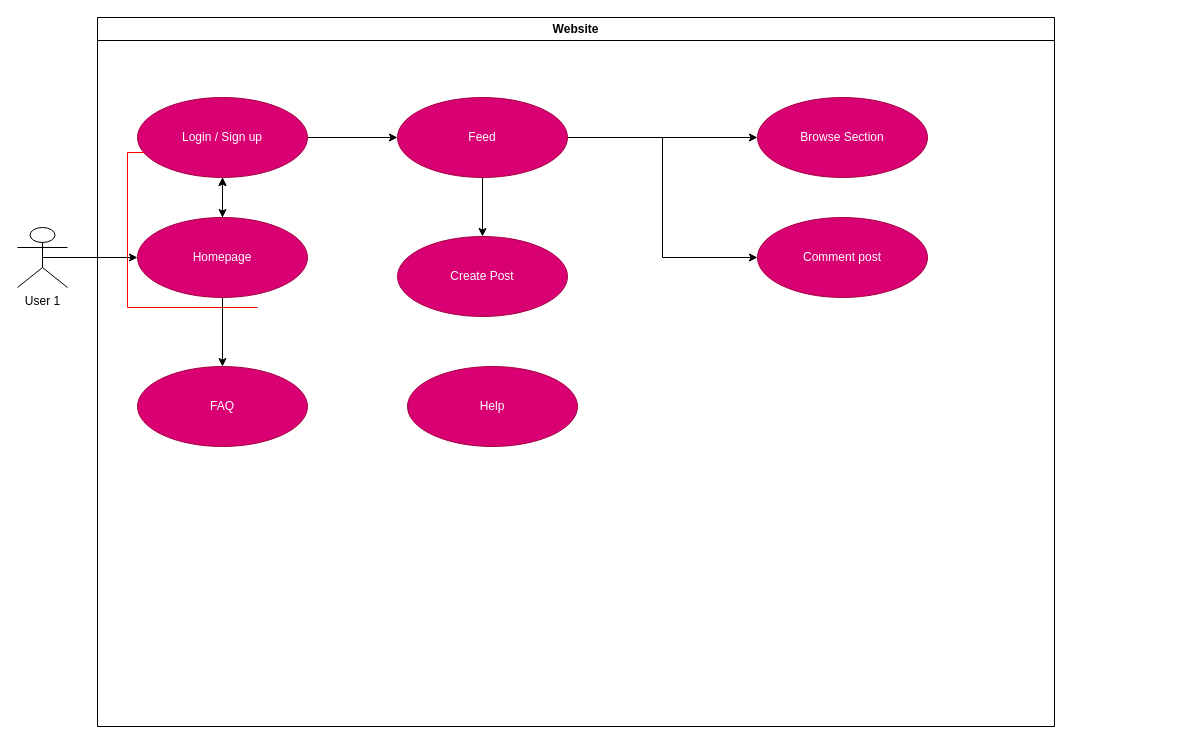
The draw.io diagram docs/Usecase_Diagram.drawio in SE-TINF22B6/DHBWhub, before the edit. Source tidied: cells renumbered, new cells numbered last; positions are measured from the earlier drawing's top-left corner, leaving out a move shared by most shapes. Both pictures are drawn from the tidied source at 100%, with x=0, y=0 at pixel (17, 17).
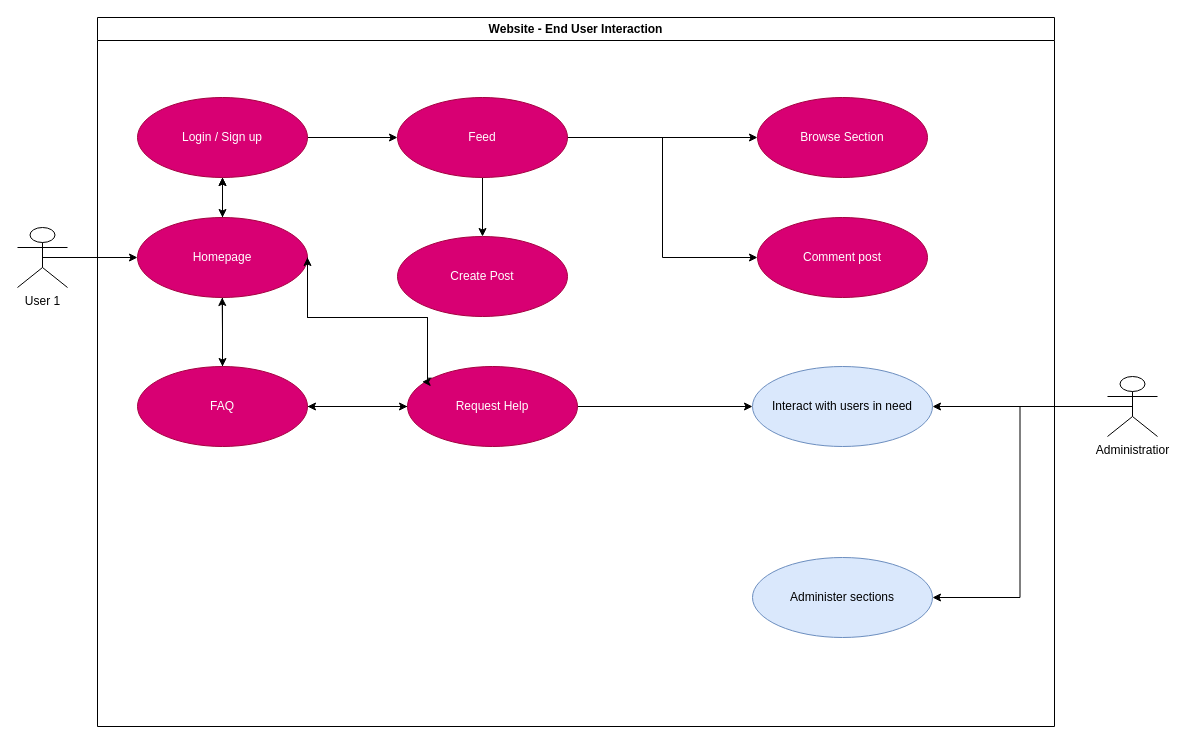
The same page after the edit.

Unchanged cells that the change refers to:
```xml
<mxCell id="10" value="Homepage" style="ellipse;whiteSpace=wrap;html=1;fillColor=#d80073;fontColor=#ffffff;strokeColor=#A50040;" parent="2" vertex="1">
  <mxGeometry x="40" y="200" width="170" height="80" as="geometry" />
</mxCell>
<mxCell id="19" value="FAQ" style="ellipse;whiteSpace=wrap;html=1;fillColor=#d80073;fontColor=#ffffff;strokeColor=#A50040;" parent="2" vertex="1">
  <mxGeometry x="40" y="349" width="170" height="80" as="geometry" />
</mxCell>
```

Change to the diagram source:
```diff
@@
-    <mxCell id="2" value="Website" style="swimlane;whiteSpace=wrap;" parent="1" vertex="1">
+    <mxCell id="2" value="Website - End User Interaction" style="swimlane;whiteSpace=wrap;" parent="1" vertex="1">
       <mxGeometry x="80" width="957" height="709" as="geometry" />
     </mxCell>
-    <mxCell id="3" style="edgeStyle=elbowEdgeStyle;elbow=horizontal;strokeColor=#FF0000;endArrow=open;endFill=1;rounded=0;" parent="2" edge="1">
-      <mxGeometry relative="1" as="geometry">
-        <mxPoint x="160" y="290" as="sourcePoint" />
-        <mxPoint x="60" y="135" as="targetPoint" />
-        <Array as="points">
-          <mxPoint x="30" y="250" />
-        </Array>
-      </mxGeometry>
-    </mxCell>
@@
+    <mxCell id="23" style="edgeStyle=orthogonalEdgeStyle;rounded=0;jettySize=auto;html=1;exitX=1;exitY=0.5;exitDx=0;exitDy=0;entryX=0;entryY=0.5;entryDx=0;entryDy=0;" parent="2" edge="1" source="19" target="20">
+      <mxGeometry relative="1" as="geometry" />
+    </mxCell>
+    <mxCell id="24" style="edgeStyle=orthogonalEdgeStyle;rounded=0;jettySize=auto;html=1;exitX=0.5;exitY=0;exitDx=0;exitDy=0;" parent="2" edge="1" source="19">
+      <mxGeometry relative="1" as="geometry">
+        <mxPoint x="124.7" y="280" as="targetPoint" />
+      </mxGeometry>
+    </mxCell>
@@
+    <mxCell id="25" style="edgeStyle=orthogonalEdgeStyle;rounded=0;jettySize=auto;html=1;exitX=0;exitY=0.5;exitDx=0;exitDy=0;entryX=1;entryY=0.5;entryDx=0;entryDy=0;" parent="2" edge="1" source="20" target="19">
+      <mxGeometry relative="1" as="geometry" />
+    </mxCell>
+    <mxCell id="26" style="edgeStyle=orthogonalEdgeStyle;rounded=0;jettySize=auto;html=1;exitX=0;exitY=0;exitDx=0;exitDy=0;entryX=1;entryY=0.5;entryDx=0;entryDy=0;" parent="2" edge="1" source="20" target="10">
+      <mxGeometry relative="1" as="geometry">
+        <Array as="points">
+          <mxPoint x="330" y="360" />
+          <mxPoint x="330" y="300" />
+          <mxPoint x="210" y="300" />
+        </Array>
+      </mxGeometry>
+    </mxCell>
+    <mxCell id="27" style="edgeStyle=orthogonalEdgeStyle;rounded=0;jettySize=auto;html=1;exitX=1;exitY=0.5;exitDx=0;exitDy=0;entryX=0;entryY=0.5;entryDx=0;entryDy=0;" parent="2" edge="1" source="20" target="29">
+      <mxGeometry relative="1" as="geometry" />
+    </mxCell>
-    <mxCell id="20" value="Help" style="ellipse;whiteSpace=wrap;html=1;fillColor=#d80073;fontColor=#ffffff;strokeColor=#A50040;" parent="2" vertex="1">
+    <mxCell id="20" value="Request Help" style="ellipse;whiteSpace=wrap;html=1;fillColor=#d80073;fontColor=#ffffff;strokeColor=#A50040;" parent="2" vertex="1">
       <mxGeometry x="310" y="349" width="170" height="80" as="geometry" />
     </mxCell>
+    <mxCell id="28" style="edgeStyle=orthogonalEdgeStyle;rounded=0;jettySize=auto;html=1;exitX=1;exitY=0.5;exitDx=0;exitDy=0;entryX=0.086;entryY=0.192;entryDx=0;entryDy=0;entryPerimeter=0;" parent="2" edge="1" source="10" target="20">
+      <mxGeometry relative="1" as="geometry">
+        <Array as="points">
+          <mxPoint x="210" y="300" />
+          <mxPoint x="330" y="300" />
+          <mxPoint x="330" y="364" />
+        </Array>
+      </mxGeometry>
+    </mxCell>
+    <mxCell id="29" value="Interact with users in need" style="ellipse;whiteSpace=wrap;html=1;fillColor=#dae8fc;strokeColor=#6c8ebf;" parent="2" vertex="1">
+      <mxGeometry x="655" y="349" width="180" height="80" as="geometry" />
+    </mxCell>
+    <mxCell id="30" value="Administer sections" style="ellipse;whiteSpace=wrap;html=1;fillColor=#dae8fc;strokeColor=#6c8ebf;" parent="2" vertex="1">
+      <mxGeometry x="655" y="540" width="180" height="80" as="geometry" />
+    </mxCell>
@@
+    <mxCell id="31" style="edgeStyle=orthogonalEdgeStyle;rounded=0;jettySize=auto;html=1;exitX=0.5;exitY=0.5;exitDx=0;exitDy=0;exitPerimeter=0;entryX=1;entryY=0.5;entryDx=0;entryDy=0;" parent="1" edge="1" source="33" target="29">
+      <mxGeometry relative="1" as="geometry" />
+    </mxCell>
+    <mxCell id="32" style="edgeStyle=orthogonalEdgeStyle;rounded=0;jettySize=auto;html=1;exitX=0.5;exitY=0.5;exitDx=0;exitDy=0;exitPerimeter=0;entryX=1;entryY=0.5;entryDx=0;entryDy=0;" parent="1" edge="1" source="33" target="30">
+      <mxGeometry relative="1" as="geometry" />
+    </mxCell>
+    <mxCell id="33" value="Administratior" style="shape=umlActor;verticalLabelPosition=bottom;verticalAlign=top;html=1;outlineConnect=0;" parent="1" vertex="1">
+      <mxGeometry x="1090" y="359" width="50" height="60" as="geometry" />
+    </mxCell>
```
